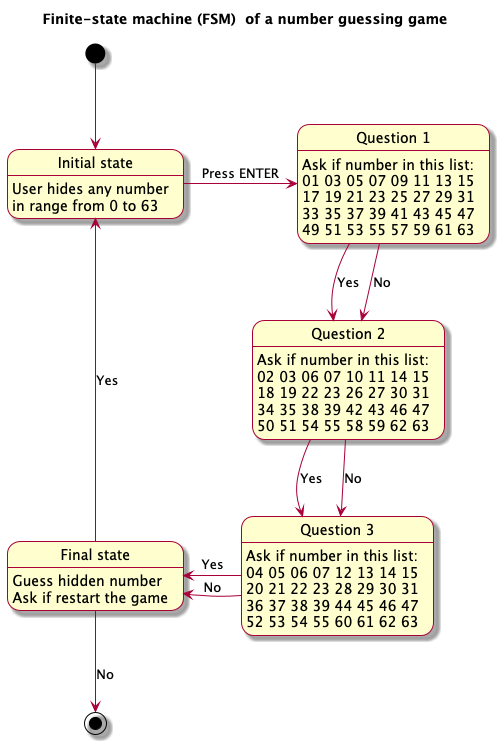
Earlier version of the PlantUML export fsm.png (uzdik-student/assignment-4).
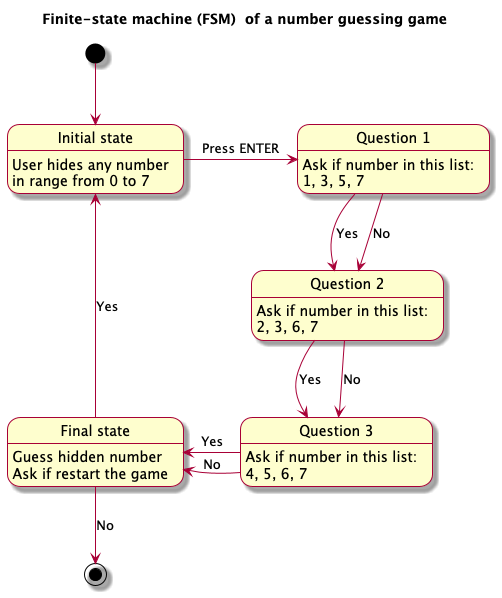
Above is the later version.

The edit, as a diff of the source:
```diff
@@ -10,25 +10,16 @@
 state "Final state" as Final
 
 Init : User hides any number
-Init : in range from 0 to 63
+Init : in range from 0 to 7
 
 Question_1 : Ask if number in this list:
-Question_1 : 01 03 05 07 09 11 13 15
-Question_1 : 17 19 21 23 25 27 29 31
-Question_1 : 33 35 37 39 41 43 45 47
-Question_1 : 49 51 53 55 57 59 61 63
+Question_1 : 1, 3, 5, 7
 
 Question_2 : Ask if number in this list:
-Question_2 : 02 03 06 07 10 11 14 15
-Question_2 : 18 19 22 23 26 27 30 31
-Question_2 : 34 35 38 39 42 43 46 47
-Question_2 : 50 51 54 55 58 59 62 63
+Question_2 : 2, 3, 6, 7
 
 Question_3 : Ask if number in this list:
-Question_3 : 04 05 06 07 12 13 14 15
-Question_3 : 20 21 22 23 28 29 30 31
-Question_3 : 36 37 38 39 44 45 46 47
-Question_3 : 52 53 54 55 60 61 62 63
+Question_3 : 4, 5, 6, 7
 
 Final : Guess hidden number
 Final : Ask if restart the game
```
